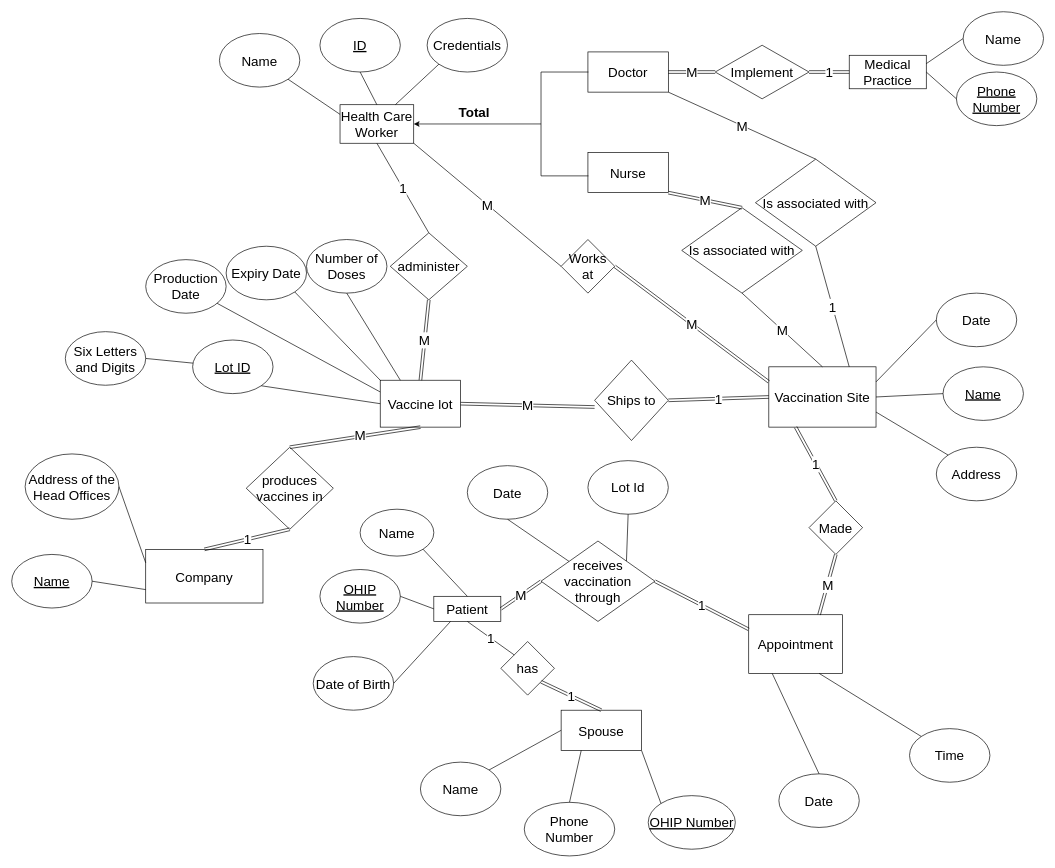
Earlier version of the draw.io diagram as1.drawio (Jonascccc/CISC332). Source tidied: cells renumbered, new cells numbered last; positions are measured from the earlier drawing's top-left corner, leaving out a move shared by most shapes. Both pictures are drawn from the tidied source at 67%, with x=0, y=0 at pixel (11, 11).
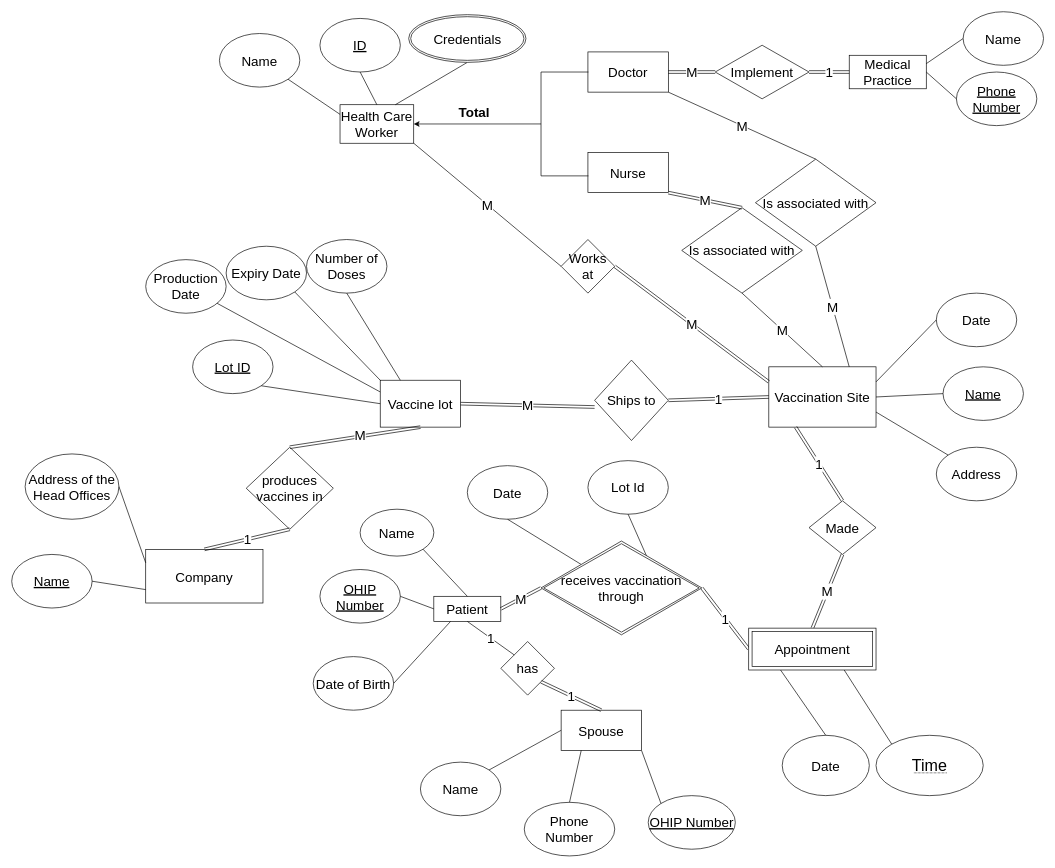
After the change.

Unchanged cells that the change refers to:
```xml
<mxCell id="3" value="Vaccine lot" style="rounded=0;whiteSpace=wrap;html=1;fontSize=20;" parent="1" vertex="1">
  <mxGeometry x="550" y="550" width="120" height="70" as="geometry" />
</mxCell>
<mxCell id="4" value="Vaccination Site" style="rounded=0;whiteSpace=wrap;html=1;fontSize=20;" parent="1" vertex="1">
  <mxGeometry x="1130" y="530" width="160" height="90" as="geometry" />
</mxCell>
<mxCell id="6" value="Health Care Worker" style="rounded=0;whiteSpace=wrap;html=1;fontSize=20;" parent="1" vertex="1">
  <mxGeometry x="490" y="138.8" width="110" height="57.5" as="geometry" />
</mxCell>
<mxCell id="11" value="&lt;u style=&quot;font-size: 20px;&quot;&gt;Lot ID&lt;/u&gt;" style="ellipse;whiteSpace=wrap;html=1;fontSize=20;" parent="1" vertex="1">
  <mxGeometry x="270" y="490" width="120" height="80" as="geometry" />
</mxCell>
<mxCell id="45" value="Lot Id" style="ellipse;whiteSpace=wrap;html=1;strokeColor=default;fillColor=none;fontSize=20;" parent="1" vertex="1">
  <mxGeometry x="860" y="670" width="120" height="80" as="geometry" />
</mxCell>
<mxCell id="46" value="Date" style="ellipse;whiteSpace=wrap;html=1;strokeColor=default;fillColor=none;fontSize=20;" parent="1" vertex="1">
  <mxGeometry x="680" y="677.5" width="120" height="80" as="geometry" />
</mxCell>
<mxCell id="98" value="Is associated with" style="rhombus;whiteSpace=wrap;html=1;strokeColor=default;fillColor=none;fontSize=20;" parent="1" vertex="1">
  <mxGeometry x="1110" y="220" width="180" height="130" as="geometry" />
</mxCell>
```

What changed in the source:
```diff
@@
-    <mxCell id="12" value="Six Letters and Digits" style="ellipse;whiteSpace=wrap;html=1;fontSize=20;" parent="1" vertex="1">
-      <mxGeometry x="80" y="477.5" width="120" height="80" as="geometry" />
-    </mxCell>
-    <mxCell id="13" style="endArrow=none;html=1;rounded=0;entryX=1;entryY=0.5;entryDx=0;entryDy=0;fontSize=20;" parent="1" edge="1" source="11" target="12">
-      <mxGeometry relative="1" as="geometry" />
-    </mxCell>
@@
-    <mxCell id="15" value="Credentials" style="ellipse;whiteSpace=wrap;html=1;fontSize=20;" parent="1" vertex="1">
-      <mxGeometry x="620" y="10" width="120" height="80" as="geometry" />
-    </mxCell>
@@
-    <mxCell id="35" value="receives vaccination through" style="rhombus;whiteSpace=wrap;html=1;fontSize=20;" parent="1" vertex="1">
-      <mxGeometry x="790" y="790" width="170" height="120" as="geometry" />
-    </mxCell>
@@
-    <mxCell id="37" value="administer" style="rhombus;whiteSpace=wrap;html=1;fontSize=20;" parent="1" vertex="1">
-      <mxGeometry x="565" y="330" width="115" height="100" as="geometry" />
-    </mxCell>
@@
-    <mxCell id="40" value="Time" style="ellipse;whiteSpace=wrap;html=1;strokeColor=default;fillColor=none;fontSize=20;" parent="1" vertex="1">
-      <mxGeometry x="1340" y="1070" width="120" height="80" as="geometry" />
-    </mxCell>
     <mxCell id="41" value="Date" style="ellipse;whiteSpace=wrap;html=1;strokeColor=default;fillColor=none;fontSize=20;" parent="1" vertex="1">
-      <mxGeometry x="1145" y="1137.5" width="120" height="80" as="geometry" />
+      <mxGeometry x="1150" y="1080" width="130" height="90" as="geometry" />
     </mxCell>
-    <mxCell id="42" value="Appointment" style="rounded=0;whiteSpace=wrap;html=1;strokeColor=default;fillColor=none;fontSize=20;" parent="1" vertex="1">
-      <mxGeometry x="1100" y="900" width="140" height="87.5" as="geometry" />
-    </mxCell>
     <mxCell id="43" value="Made" style="rhombus;whiteSpace=wrap;html=1;strokeColor=default;fillColor=none;fontSize=20;" parent="1" vertex="1">
-      <mxGeometry x="1190" y="730" width="80" height="80" as="geometry" />
+      <mxGeometry x="1190" y="730" width="100" height="80" as="geometry" />
     </mxCell>
-    <mxCell id="44" style="edgeStyle=none;rounded=0;orthogonalLoop=1;jettySize=auto;html=1;exitX=0.5;exitY=0;exitDx=0;exitDy=0;fontSize=20;" parent="1" edge="1" source="35" target="35">
-      <mxGeometry relative="1" as="geometry" />
+    <mxCell id="44" style="edgeStyle=none;rounded=0;orthogonalLoop=1;jettySize=auto;html=1;exitX=0.5;exitY=0;exitDx=0;exitDy=0;fontSize=20;" parent="1" edge="1">
+      <mxGeometry relative="1" as="geometry">
+        <mxPoint x="875" y="790" as="sourcePoint" />
+        <mxPoint x="875" y="790" as="targetPoint" />
+      </mxGeometry>
     </mxCell>
@@
-    <mxCell id="60" style="endArrow=none;html=1;rounded=0;entryX=0;entryY=0;entryDx=0;entryDy=0;exitX=0.75;exitY=1;exitDx=0;exitDy=0;fontSize=20;" parent="1" edge="1" source="42" target="40">
-      <mxGeometry relative="1" as="geometry" />
-    </mxCell>
@@
-    <mxCell id="70" style="endArrow=none;html=1;rounded=0;entryX=0.5;entryY=1;entryDx=0;entryDy=0;fontSize=20;" parent="1" edge="1" source="35" target="46">
+    <mxCell id="70" style="endArrow=none;html=1;rounded=0;entryX=0.5;entryY=1;entryDx=0;entryDy=0;fontSize=20;exitX=0;exitY=0;exitDx=0;exitDy=0;" parent="1" edge="1" source="35" target="46">
       <mxGeometry relative="1" as="geometry" />
     </mxCell>
-    <mxCell id="71" style="endArrow=none;html=1;rounded=0;entryX=0.5;entryY=1;entryDx=0;entryDy=0;exitX=1;exitY=0;exitDx=0;exitDy=0;fontSize=20;" parent="1" edge="1" source="35" target="45">
+    <mxCell id="71" style="endArrow=none;html=1;rounded=0;entryX=0.5;entryY=1;entryDx=0;entryDy=0;exitX=0.66;exitY=0.174;exitDx=0;exitDy=0;fontSize=20;exitPerimeter=0;" parent="1" edge="1" source="35" target="45">
       <mxGeometry relative="1" as="geometry" />
     </mxCell>
@@
-    <mxCell id="73" value="1" style="endArrow=none;html=1;rounded=0;entryX=0;entryY=0.25;entryDx=0;entryDy=0;exitX=1;exitY=0.5;exitDx=0;exitDy=0;shape=link;fontSize=20;" parent="1" edge="1" source="35" target="42">
+    <mxCell id="73" value="1" style="endArrow=none;html=1;rounded=0;entryX=0;entryY=0.5;entryDx=0;entryDy=0;exitX=1;exitY=0.5;exitDx=0;exitDy=0;shape=link;fontSize=20;" parent="1" edge="1" source="35" target="42">
       <mxGeometry relative="1" as="geometry" />
     </mxCell>
-    <mxCell id="74" value="M" style="endArrow=none;html=1;rounded=0;entryX=0.5;entryY=1;entryDx=0;entryDy=0;exitX=0.75;exitY=0;exitDx=0;exitDy=0;shape=link;fontSize=20;" parent="1" edge="1" source="42" target="43">
+    <mxCell id="74" value="M" style="endArrow=none;html=1;rounded=0;entryX=0.5;entryY=1;entryDx=0;entryDy=0;exitX=0.5;exitY=0;exitDx=0;exitDy=0;shape=link;fontSize=20;" parent="1" edge="1" source="42" target="43">
       <mxGeometry relative="1" as="geometry" />
     </mxCell>
@@
-    <mxCell id="80" value="M" style="endArrow=none;html=1;rounded=0;entryX=0.5;entryY=1;entryDx=0;entryDy=0;exitX=0.5;exitY=0;exitDx=0;exitDy=0;shape=link;fontSize=20;" parent="1" edge="1" source="3" target="37">
-      <mxGeometry relative="1" as="geometry" />
-    </mxCell>
@@
-    <mxCell id="90" value="1" style="endArrow=none;html=1;rounded=0;entryX=0.5;entryY=0;entryDx=0;entryDy=0;exitX=0.5;exitY=1;exitDx=0;exitDy=0;fontSize=20;" parent="1" edge="1" source="6" target="37">
-      <mxGeometry relative="1" as="geometry" />
-    </mxCell>
@@
-    <mxCell id="96" style="endArrow=none;html=1;rounded=0;entryX=0;entryY=1;entryDx=0;entryDy=0;exitX=0.75;exitY=0;exitDx=0;exitDy=0;fontSize=20;" parent="1" edge="1" source="6" target="15">
+    <mxCell id="96" style="endArrow=none;html=1;rounded=0;entryX=0.5;entryY=1;entryDx=0;entryDy=0;exitX=0.75;exitY=0;exitDx=0;exitDy=0;fontSize=20;" parent="1" edge="1" source="6" target="15">
       <mxGeometry relative="1" as="geometry" />
     </mxCell>
-    <mxCell id="97" value="1" style="endArrow=none;html=1;rounded=0;entryX=0.5;entryY=1;entryDx=0;entryDy=0;exitX=0.75;exitY=0;exitDx=0;exitDy=0;fontSize=20;" parent="1" edge="1" source="4" target="98">
+    <mxCell id="97" value="M" style="endArrow=none;html=1;rounded=0;entryX=0.5;entryY=1;entryDx=0;entryDy=0;exitX=0.75;exitY=0;exitDx=0;exitDy=0;fontSize=20;" parent="1" edge="1" source="4" target="98">
       <mxGeometry relative="1" as="geometry" />
     </mxCell>
@@
+    <mxCell id="15" value="&lt;span style=&quot;font-size: 20px&quot;&gt;Credentials&lt;/span&gt;" style="ellipse;shape=doubleEllipse;margin=3;whiteSpace=wrap;html=1;align=center;" parent="1" vertex="1">
+      <mxGeometry x="592.5" y="4.4" width="175" height="71.2" as="geometry" />
+    </mxCell>
+    <mxCell id="35" value="&lt;span style=&quot;font-size: 20px&quot;&gt;receives vaccination through&lt;/span&gt;" style="shape=rhombus;double=1;perimeter=rhombusPerimeter;whiteSpace=wrap;html=1;align=center;" parent="1" vertex="1">
+      <mxGeometry x="790" y="790" width="240" height="140" as="geometry" />
+    </mxCell>
+    <mxCell id="42" value="&lt;span style=&quot;font-size: 20px&quot;&gt;Appointment&lt;/span&gt;" style="shape=ext;margin=3;double=1;whiteSpace=wrap;html=1;align=center;" parent="1" vertex="1">
+      <mxGeometry x="1100" y="920" width="190" height="62.5" as="geometry" />
+    </mxCell>
+    <mxCell id="40" value="&lt;span style=&quot;border-bottom: 1px dotted&quot;&gt;&lt;font style=&quot;font-size: 24px&quot;&gt;Time&lt;/font&gt;&lt;/span&gt;" style="ellipse;whiteSpace=wrap;html=1;align=center;" parent="1" vertex="1">
+      <mxGeometry x="1290" y="1080" width="160" height="90" as="geometry" />
+    </mxCell>
+    <mxCell id="60" style="endArrow=none;html=1;rounded=0;entryX=0;entryY=0;entryDx=0;entryDy=0;exitX=0.75;exitY=1;exitDx=0;exitDy=0;fontSize=20;" parent="1" edge="1" source="42" target="40">
+      <mxGeometry relative="1" as="geometry" />
+    </mxCell>
```
